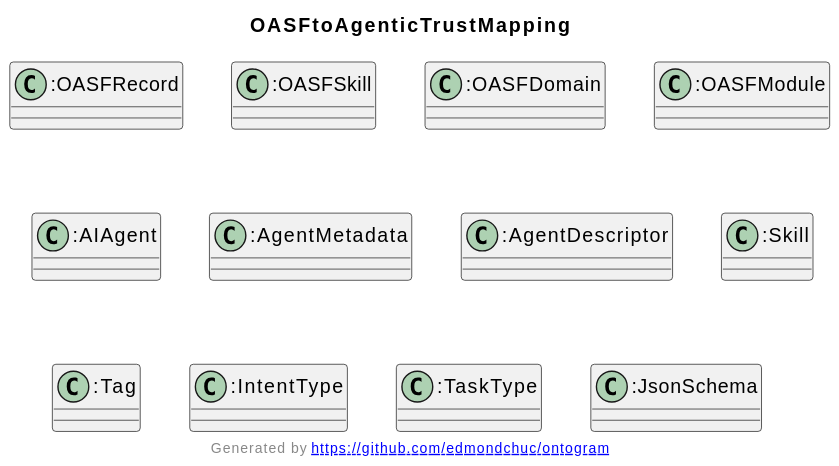
Earlier version of the PlantUML export docs/ontology/images/sections/oasf-mapping.svg (Agentic-Trust-Layer/agent-explorer). Its diagram source:
```plantuml
@startuml
title OASFtoAgenticTrustMapping
Class ":OASFRecord" [[https://www.agentictrust.io/ontology/agentictrust#OASFRecord]] {
}
Class ":OASFSkill" [[https://www.agentictrust.io/ontology/agentictrust#OASFSkill]] {
}
Class ":OASFDomain" [[https://www.agentictrust.io/ontology/agentictrust#OASFDomain]] {
}
Class ":OASFModule" [[https://www.agentictrust.io/ontology/agentictrust#OASFModule]] {
}
Class ":AIAgent" [[https://www.agentictrust.io/ontology/agentictrust#AIAgent]] {
}
Class ":AgentMetadata" [[https://www.agentictrust.io/ontology/agentictrust#AgentMetadata]] {
}
Class ":AgentDescriptor" [[https://www.agentictrust.io/ontology/agentictrust#AgentDescriptor]] {
}
Class ":Skill" [[https://www.agentictrust.io/ontology/agentictrust#Skill]] {
}
Class ":Tag" [[https://www.agentictrust.io/ontology/agentictrust#Tag]] {
}
Class ":IntentType" [[https://www.agentictrust.io/ontology/agentictrust#IntentType]] {
}
Class ":TaskType" [[https://www.agentictrust.io/ontology/agentictrust#TaskType]] {
}
Class ":JsonSchema" [[https://www.agentictrust.io/ontology/agentictrust#JsonSchema]] {
}
center footer Generated by [[https://github.com/edmondchuc/ontogram https://github.com/edmondchuc/ontogram]]
@enduml
```
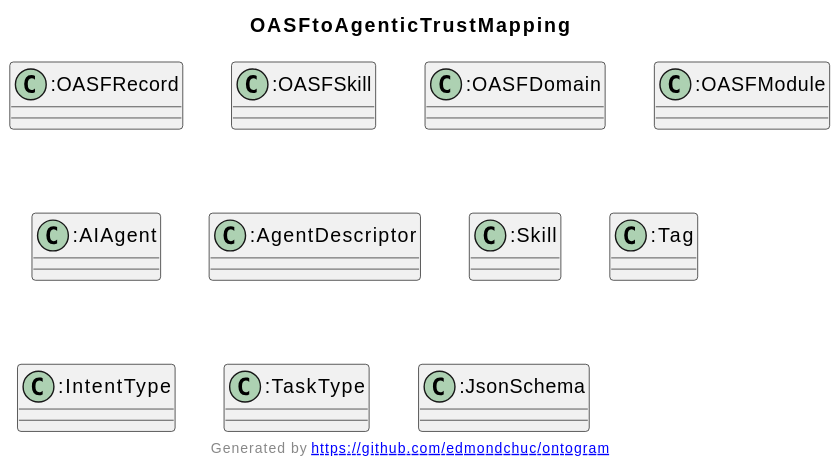
The same diagram one commit later.

What changed in the source:
```diff
@@ -9,8 +9,6 @@
 Class ":OASFModule" [[https://www.agentictrust.io/ontology/agentictrust#OASFModule]] {
 }
 Class ":AIAgent" [[https://www.agentictrust.io/ontology/agentictrust#AIAgent]] {
-}
-Class ":AgentMetadata" [[https://www.agentictrust.io/ontology/agentictrust#AgentMetadata]] {
 }
 Class ":AgentDescriptor" [[https://www.agentictrust.io/ontology/agentictrust#AgentDescriptor]] {
 }
```
